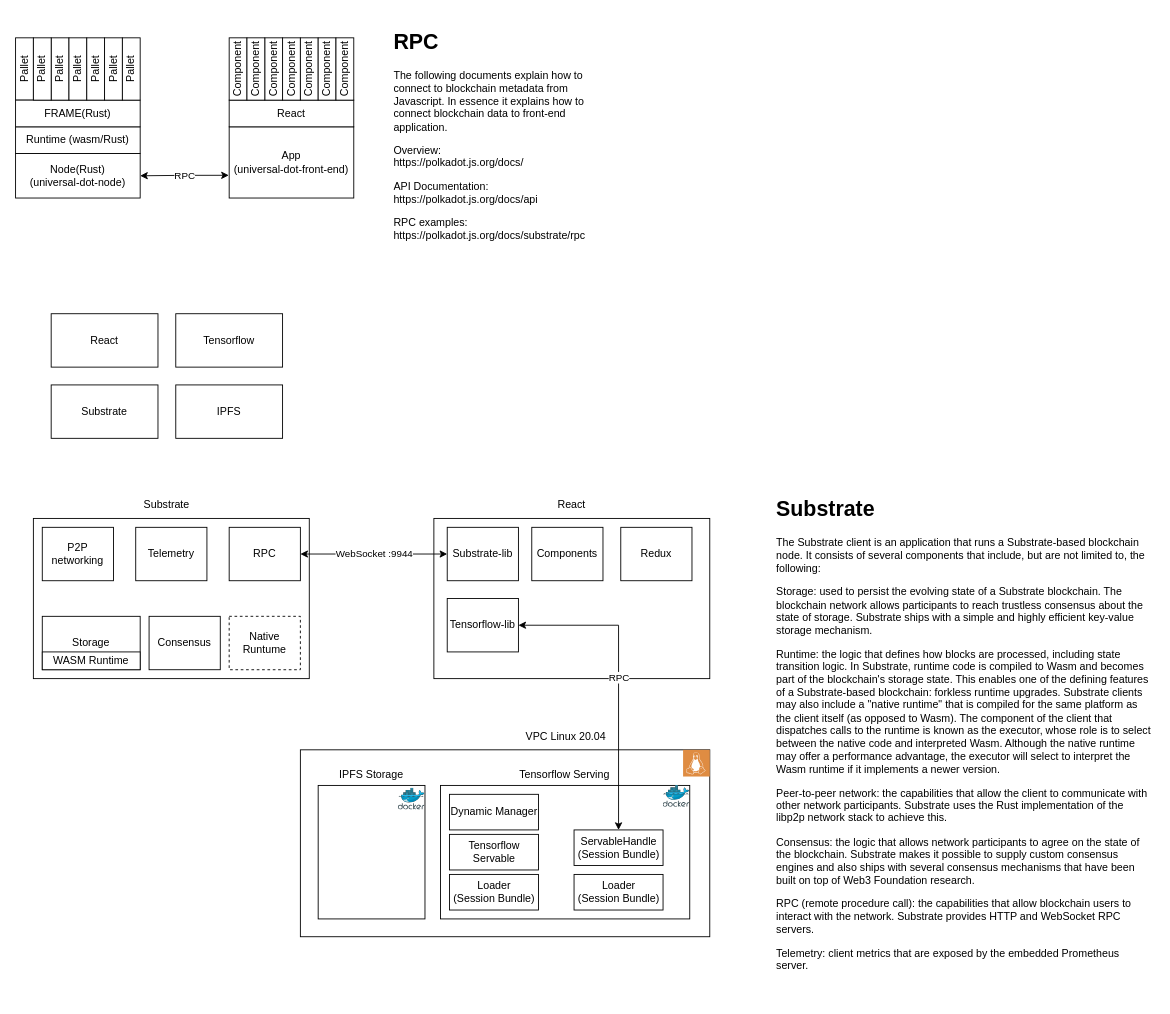
Before: designs/architecture/Component_Architecture.drawio in UniversalDot/documents, a draw.io diagram. Source tidied: cells renumbered, new cells numbered last; positions are measured from the earlier drawing's top-left corner, leaving out a move shared by most shapes. Both pictures are drawn from the tidied source at 89%, with x=0, y=0 at pixel (15, 24).
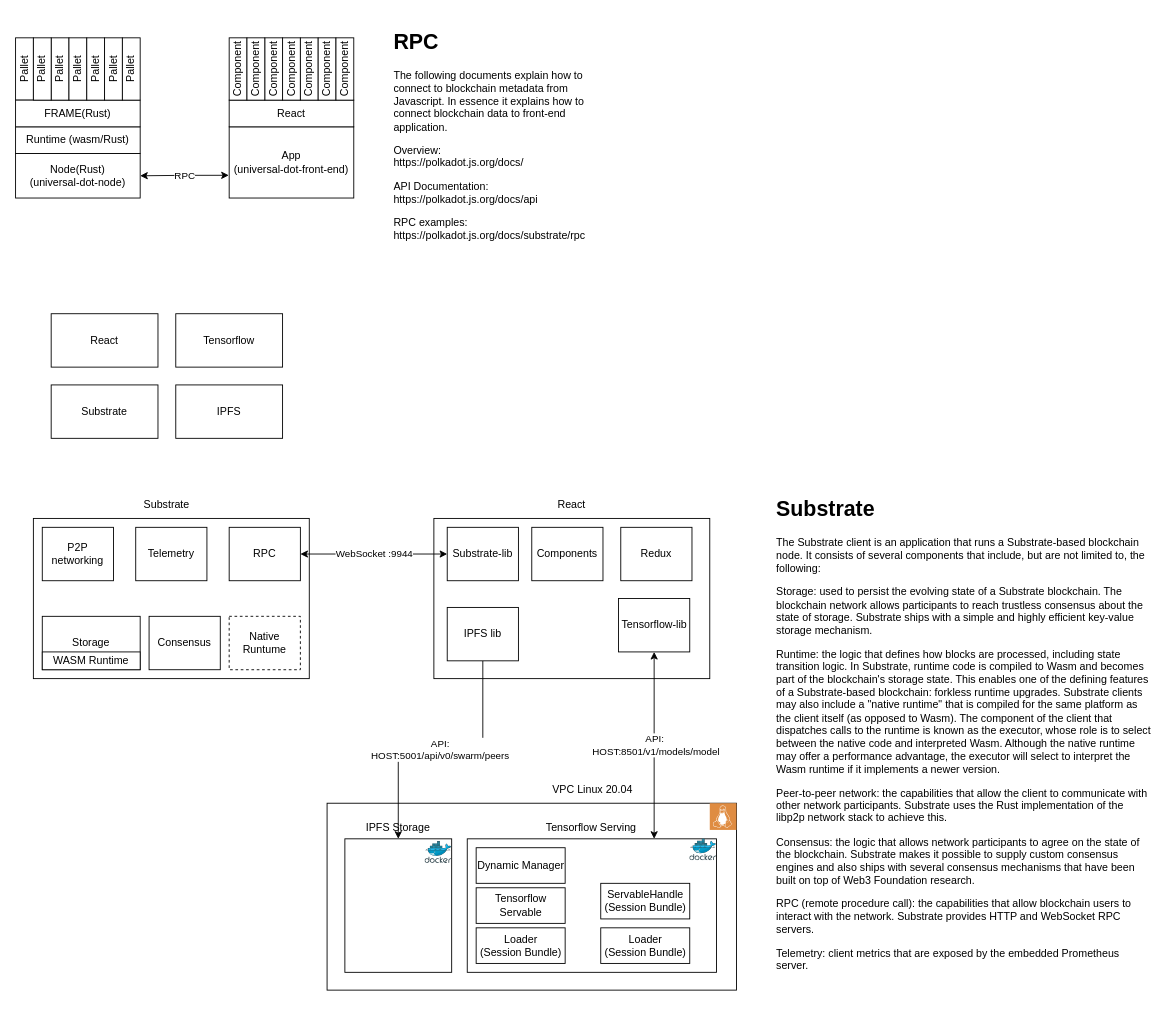
Above is the later version.

Diff of the diagram source:
```diff
@@
     <mxCell id="43" value="VPC Linux 20.04" style="text;html=1;strokeColor=none;fillColor=none;align=center;verticalAlign=middle;whiteSpace=wrap;rounded=0;" parent="1" vertex="1">
-      <mxGeometry x="569.4" y="785" width="98.8" height="30" as="geometry" />
+      <mxGeometry x="599.4" y="845" width="98.8" height="30" as="geometry" />
     </mxCell>
     <mxCell id="44" style="rounded=0;whiteSpace=wrap;html=1;" parent="1" vertex="1">
-      <mxGeometry x="320" y="815" width="460" height="210" as="geometry" />
+      <mxGeometry x="350" y="875" width="460" height="210" as="geometry" />
     </mxCell>
     <mxCell id="45" style="sketch=0;shadow=0;dashed=0;html=1;strokeColor=none;fillColor=#DF8C42;labelPosition=center;verticalLabelPosition=bottom;verticalAlign=top;align=center;shape=mxgraph.veeam2.linux;" parent="1" vertex="1">
-      <mxGeometry x="750" y="815" width="30" height="30" as="geometry" />
+      <mxGeometry x="780" y="875" width="30" height="30" as="geometry" />
     </mxCell>
     <mxCell id="46" style="rounded=0;whiteSpace=wrap;html=1;" parent="1" vertex="1">
-      <mxGeometry x="477.5" y="855" width="280" height="150" as="geometry" />
+      <mxGeometry x="507.5" y="915" width="280" height="150" as="geometry" />
     </mxCell>
     <mxCell id="47" style="sketch=0;html=1;align=center;image;fontSize=12;image=img/lib/mscae/Docker.svg;" parent="1" vertex="1">
-      <mxGeometry x="727.5" y="855" width="30" height="24.6" as="geometry" />
+      <mxGeometry x="757.5" y="915" width="30" height="24.6" as="geometry" />
     </mxCell>
     <mxCell id="48" value="Tensorflow Servable" style="rounded=0;whiteSpace=wrap;html=1;" parent="1" vertex="1">
-      <mxGeometry x="487.5" y="910" width="100" height="40" as="geometry" />
+      <mxGeometry x="517.5" y="970" width="100" height="40" as="geometry" />
     </mxCell>
     <mxCell id="49" value="Loader &lt;br&gt;(Session Bundle)" style="rounded=0;whiteSpace=wrap;html=1;" parent="1" vertex="1">
-      <mxGeometry x="487.5" y="955" width="100" height="40" as="geometry" />
+      <mxGeometry x="517.5" y="1015" width="100" height="40" as="geometry" />
     </mxCell>
     <mxCell id="50" value="Loader &lt;br&gt;(Session Bundle)" style="rounded=0;whiteSpace=wrap;html=1;" parent="1" vertex="1">
-      <mxGeometry x="627.5" y="955" width="100" height="40" as="geometry" />
+      <mxGeometry x="657.5" y="1015" width="100" height="40" as="geometry" />
     </mxCell>
     <mxCell id="51" value="Dynamic Manager" style="rounded=0;whiteSpace=wrap;html=1;" parent="1" vertex="1">
-      <mxGeometry x="487.5" y="865" width="100" height="40" as="geometry" />
+      <mxGeometry x="517.5" y="925" width="100" height="40" as="geometry" />
     </mxCell>
     <mxCell id="52" value="ServableHandle&lt;br&gt;(Session Bundle)" style="rounded=0;whiteSpace=wrap;html=1;" parent="1" vertex="1">
-      <mxGeometry x="627.5" y="905" width="100" height="40" as="geometry" />
+      <mxGeometry x="657.5" y="965" width="100" height="40" as="geometry" />
     </mxCell>
     <mxCell id="53" value="Tensorflow Serving" style="text;html=1;strokeColor=none;fillColor=none;align=center;verticalAlign=middle;whiteSpace=wrap;rounded=0;" parent="1" vertex="1">
-      <mxGeometry x="563.4" y="828" width="108.1" height="30" as="geometry" />
+      <mxGeometry x="593.4" y="888" width="108.1" height="30" as="geometry" />
     </mxCell>
-    <mxCell id="54" value="RPC" style="edgeStyle=orthogonalEdgeStyle;rounded=0;jettySize=auto;html=1;entryX=0.5;entryY=0;entryDx=0;entryDy=0;startArrow=classic;startFill=1;" parent="1" edge="1" source="55" target="52">
+    <mxCell id="54" value="API:&lt;br&gt;&amp;nbsp;HOST:8501/v1/models/model" style="edgeStyle=orthogonalEdgeStyle;rounded=0;jettySize=auto;html=1;entryX=0.75;entryY=0;entryDx=0;entryDy=0;startArrow=classic;startFill=1;" parent="1" edge="1" source="55" target="46">
       <mxGeometry relative="1" as="geometry" />
     </mxCell>
     <mxCell id="55" value="Tensorflow-lib" style="rounded=0;whiteSpace=wrap;html=1;" parent="1" vertex="1">
-      <mxGeometry x="485" y="645" width="80" height="60" as="geometry" />
+      <mxGeometry x="677.5" y="645" width="80" height="60" as="geometry" />
     </mxCell>
     <mxCell id="56" style="rounded=0;whiteSpace=wrap;html=1;" parent="1" vertex="1">
-      <mxGeometry x="340" y="855" width="120" height="150" as="geometry" />
+      <mxGeometry x="370" y="915" width="120" height="150" as="geometry" />
     </mxCell>
     <mxCell id="57" value="IPFS Storage" style="text;html=1;strokeColor=none;fillColor=none;align=center;verticalAlign=middle;whiteSpace=wrap;rounded=0;" parent="1" vertex="1">
-      <mxGeometry x="345.9" y="828" width="108.1" height="30" as="geometry" />
+      <mxGeometry x="375.9" y="888" width="108.1" height="30" as="geometry" />
     </mxCell>
     <mxCell id="58" style="sketch=0;html=1;align=center;image;fontSize=12;image=img/lib/mscae/Docker.svg;" parent="1" vertex="1">
-      <mxGeometry x="430" y="858" width="30" height="24.6" as="geometry" />
+      <mxGeometry x="460" y="918" width="30" height="24.6" as="geometry" />
     </mxCell>
+    <mxCell id="59" value="API:&lt;br&gt;HOST:5001/api/v0/swarm/peers" style="edgeStyle=orthogonalEdgeStyle;rounded=0;jettySize=auto;html=1;" parent="1" edge="1" source="60" target="56">
+      <mxGeometry relative="1" as="geometry" />
+    </mxCell>
+    <mxCell id="60" value="IPFS lib" style="rounded=0;whiteSpace=wrap;html=1;" parent="1" vertex="1">
+      <mxGeometry x="485" y="655" width="80" height="60" as="geometry" />
+    </mxCell>
```
